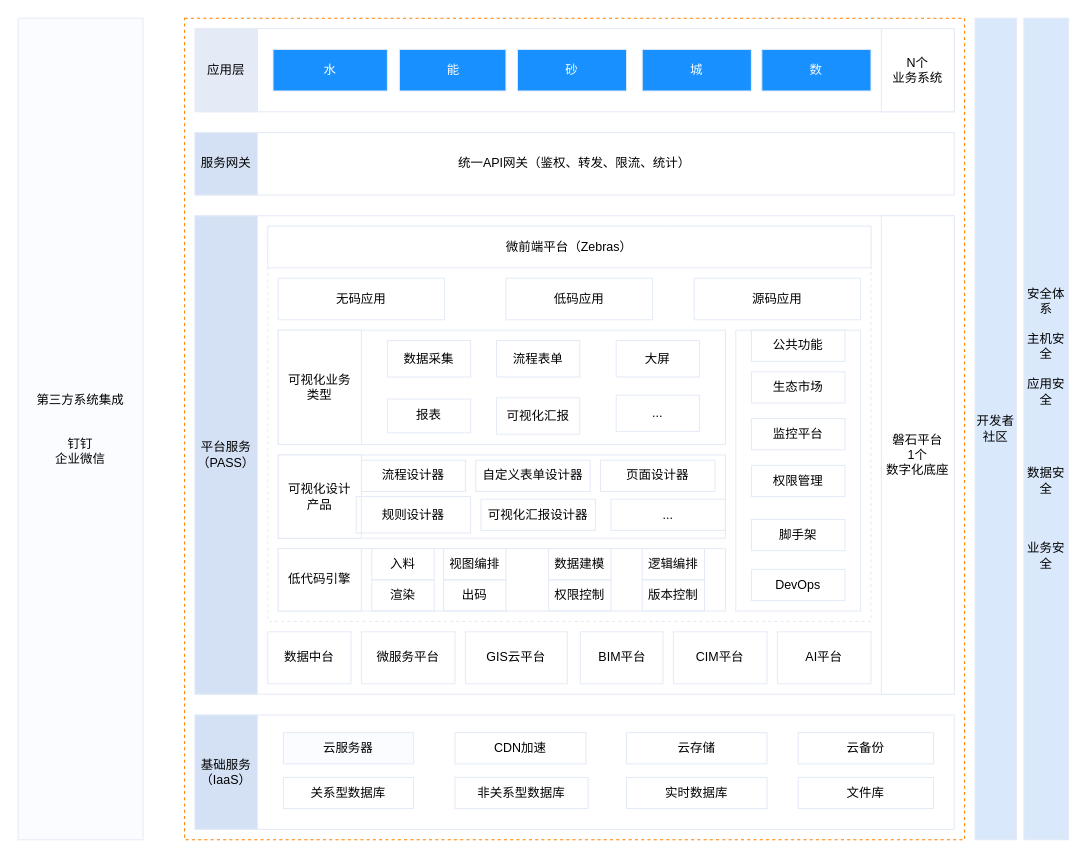
Above: 低代码——整体架构图.drawio in tangyaosimida/love (draw.io), before the change. Source tidied: cells renumbered, new cells numbered last; positions are measured from the earlier drawing's top-left corner, leaving out a move shared by most shapes. Both pictures are drawn from the tidied source at 104%, with x=0, y=0 at pixel (18, 18).
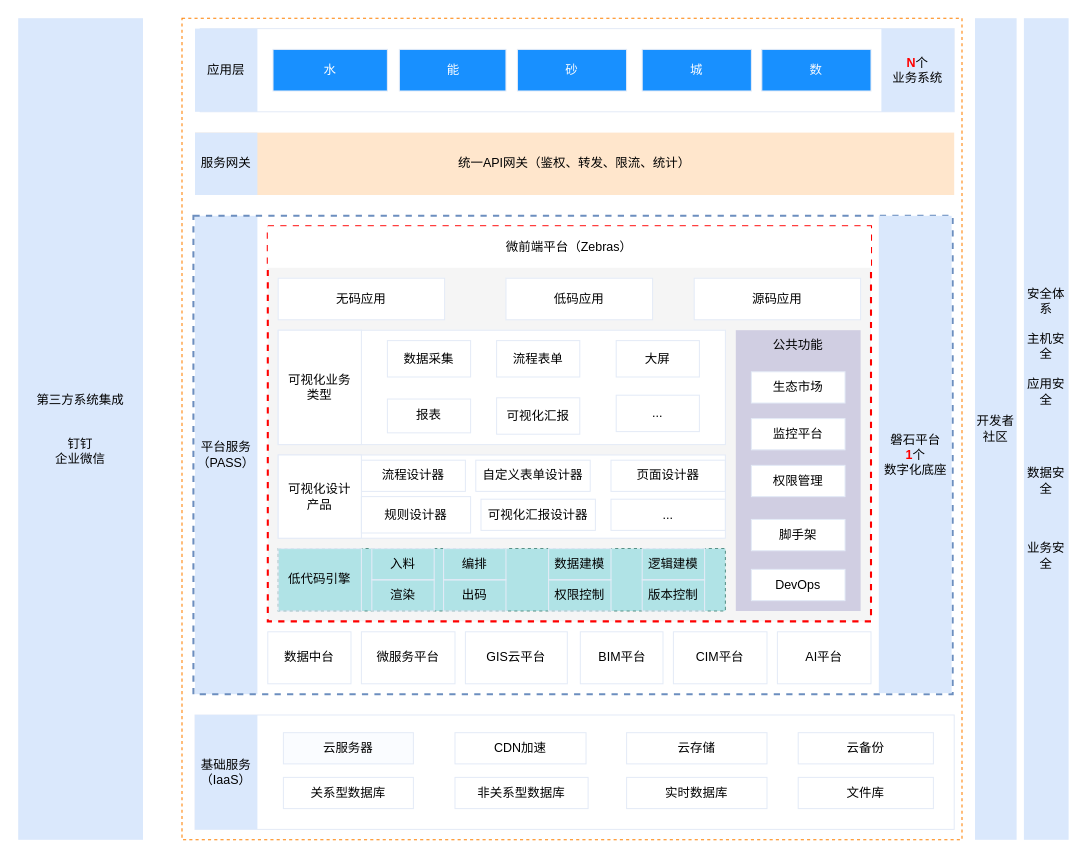
Above is the later version.

Commit message (it also covers changes not shown here):
更新低代码——整体架构图.drawio

Diff of the diagram source:
```diff
@@
+    <mxCell id="20" value="平台服务&lt;div&gt;（PASS）&lt;/div&gt;" style="rounded=0;whiteSpace=wrap;html=1;fillColor=#dae8fc;strokeColor=none;" parent="1" vertex="1">
+      <mxGeometry x="170" y="190" width="60" height="460" as="geometry" />
+    </mxCell>
     <mxCell id="2" style="rounded=0;whiteSpace=wrap;html=1;fillColor=none;dashed=1;strokeColor=#FF8000;" parent="1" vertex="1">
-      <mxGeometry x="160" width="750" height="790" as="geometry" />
+      <mxGeometry x="157.5" width="750" height="790" as="geometry" />
     </mxCell>
-    <mxCell id="3" value="第三方系统集成&lt;div&gt;&lt;br&gt;&lt;/div&gt;&lt;div&gt;&lt;br&gt;&lt;/div&gt;&lt;div&gt;钉钉&lt;/div&gt;&lt;div&gt;企业微信&lt;/div&gt;" style="rounded=0;whiteSpace=wrap;html=1;fillColor=#FAFCFF;strokeColor=#E4EBF7;" parent="1" vertex="1">
+    <mxCell id="3" value="第三方系统集成&lt;div&gt;&lt;br&gt;&lt;/div&gt;&lt;div&gt;&lt;br&gt;&lt;/div&gt;&lt;div&gt;钉钉&lt;/div&gt;&lt;div&gt;企业微信&lt;/div&gt;" style="rounded=0;whiteSpace=wrap;html=1;fillColor=#dae8fc;strokeColor=none;" parent="1" vertex="1">
       <mxGeometry width="120" height="790" as="geometry" />
     </mxCell>
@@
-    <mxCell id="6" value="开发者社区" style="rounded=0;whiteSpace=wrap;html=1;fillColor=#dae8fc;strokeColor=#E4EBF7;" parent="1" vertex="1">
+    <mxCell id="6" value="开发者社区" style="rounded=0;whiteSpace=wrap;html=1;fillColor=#dae8fc;strokeColor=none;" parent="1" vertex="1">
       <mxGeometry x="920" width="40" height="790" as="geometry" />
     </mxCell>
-    <mxCell id="7" value="安全体系&lt;div&gt;&lt;br&gt;&lt;/div&gt;&lt;div&gt;主机安全&lt;/div&gt;&lt;div&gt;&lt;br&gt;&lt;/div&gt;&lt;div&gt;应用安全&lt;/div&gt;&lt;div&gt;&lt;br&gt;&lt;/div&gt;&lt;div&gt;&lt;br&gt;&lt;/div&gt;&lt;div&gt;&lt;br&gt;&lt;/div&gt;&lt;div&gt;&lt;br&gt;&lt;/div&gt;&lt;div&gt;数据安全&lt;/div&gt;&lt;div&gt;&lt;br&gt;&lt;/div&gt;&lt;div&gt;&lt;br&gt;&lt;/div&gt;&lt;div&gt;&lt;br&gt;&lt;/div&gt;&lt;div&gt;业务安全&lt;/div&gt;" style="rounded=0;whiteSpace=wrap;html=1;fillColor=#dae8fc;strokeColor=#E4EBF7;" parent="1" vertex="1">
+    <mxCell id="7" value="安全体系&lt;div&gt;&lt;br&gt;&lt;/div&gt;&lt;div&gt;主机安全&lt;/div&gt;&lt;div&gt;&lt;br&gt;&lt;/div&gt;&lt;div&gt;应用安全&lt;/div&gt;&lt;div&gt;&lt;br&gt;&lt;/div&gt;&lt;div&gt;&lt;br&gt;&lt;/div&gt;&lt;div&gt;&lt;br&gt;&lt;/div&gt;&lt;div&gt;&lt;br&gt;&lt;/div&gt;&lt;div&gt;数据安全&lt;/div&gt;&lt;div&gt;&lt;br&gt;&lt;/div&gt;&lt;div&gt;&lt;br&gt;&lt;/div&gt;&lt;div&gt;&lt;br&gt;&lt;/div&gt;&lt;div&gt;业务安全&lt;/div&gt;" style="rounded=0;whiteSpace=wrap;html=1;fillColor=#dae8fc;strokeColor=none;" parent="1" vertex="1">
       <mxGeometry x="967" width="43" height="790" as="geometry" />
     </mxCell>
-    <mxCell id="8" value="基础服务&lt;div&gt;（IaaS）&lt;/div&gt;" style="rounded=0;whiteSpace=wrap;html=1;fillColor=#D4E1F5;strokeColor=#E4EBF7;" parent="1" vertex="1">
+    <mxCell id="8" value="基础服务&lt;div&gt;（IaaS）&lt;/div&gt;" style="rounded=0;whiteSpace=wrap;html=1;fillColor=#dae8fc;strokeColor=none;" parent="1" vertex="1">
       <mxGeometry x="170" y="670" width="60" height="110" as="geometry" />
     </mxCell>
@@
-    <mxCell id="17" value="&lt;div&gt;应用层&lt;/div&gt;" style="rounded=0;whiteSpace=wrap;html=1;fillColor=#E4EBF7;strokeColor=#E4EBF7;" parent="1" vertex="1">
+    <mxCell id="17" value="&lt;div&gt;应用层&lt;/div&gt;" style="rounded=0;whiteSpace=wrap;html=1;fillColor=#dae8fc;strokeColor=none;" parent="1" vertex="1">
       <mxGeometry x="170" y="10" width="60" height="80" as="geometry" />
     </mxCell>
-    <mxCell id="18" style="rounded=0;whiteSpace=wrap;html=1;strokeColor=#E4EBF7;" parent="1" vertex="1">
-      <mxGeometry x="170" y="190" width="730" height="460" as="geometry" />
+    <mxCell id="18" style="rounded=0;whiteSpace=wrap;html=1;strokeColor=#6c8ebf;fillColor=none;dashed=1;strokeWidth=2;" parent="1" vertex="1">
+      <mxGeometry x="168.5" y="190" width="730" height="460" as="geometry" />
     </mxCell>
-    <mxCell id="19" value="磐石平台&lt;div&gt;1个&lt;/div&gt;&lt;div&gt;数字化底座&lt;/div&gt;" style="rounded=0;whiteSpace=wrap;html=1;strokeColor=#E4EBF7;" parent="1" vertex="1">
-      <mxGeometry x="830" y="190" width="70" height="460" as="geometry" />
-    </mxCell>
-    <mxCell id="20" value="平台服务&lt;div&gt;（PASS）&lt;/div&gt;" style="rounded=0;whiteSpace=wrap;html=1;fillColor=#D4E1F5;strokeColor=#E4EBF7;" parent="1" vertex="1">
-      <mxGeometry x="170" y="190" width="60" height="460" as="geometry" />
-    </mxCell>
-    <mxCell id="21" value="统一API网关（鉴权、转发、限流、统计）" style="rounded=0;whiteSpace=wrap;html=1;strokeColor=#E4EBF7;" parent="1" vertex="1">
+    <mxCell id="21" value="统一API网关（鉴权、转发、限流、统计）" style="rounded=0;whiteSpace=wrap;html=1;strokeColor=none;fillColor=#ffe6cc;" parent="1" vertex="1">
       <mxGeometry x="170" y="110" width="730" height="60" as="geometry" />
     </mxCell>
-    <mxCell id="22" value="&lt;div&gt;服务网关&lt;/div&gt;" style="rounded=0;whiteSpace=wrap;html=1;fillColor=#D4E1F5;strokeColor=#E4EBF7;" parent="1" vertex="1">
+    <mxCell id="22" value="&lt;div&gt;服务网关&lt;/div&gt;" style="rounded=0;whiteSpace=wrap;html=1;fillColor=#dae8fc;strokeColor=none;" parent="1" vertex="1">
       <mxGeometry x="170" y="110" width="60" height="60" as="geometry" />
     </mxCell>
@@
-    <mxCell id="24" value="&lt;div&gt;N个&lt;/div&gt;&lt;div&gt;业务系统&lt;/div&gt;" style="rounded=0;whiteSpace=wrap;html=1;strokeColor=#E4EBF7;" parent="1" vertex="1">
+    <mxCell id="24" value="&lt;div&gt;&lt;font color=&quot;#ff0000&quot;&gt;&lt;b&gt;N&lt;/b&gt;&lt;/font&gt;个&lt;/div&gt;&lt;div&gt;业务系统&lt;/div&gt;" style="rounded=0;whiteSpace=wrap;html=1;strokeColor=none;fillColor=#dae8fc;" parent="1" vertex="1">
       <mxGeometry x="830" y="10" width="70" height="80" as="geometry" />
     </mxCell>
@@
-    <mxCell id="27" style="rounded=0;whiteSpace=wrap;html=1;fillColor=none;dashed=1;strokeColor=#E4EBF7;" parent="1" vertex="1">
+    <mxCell id="27" style="rounded=0;whiteSpace=wrap;html=1;fillColor=#f5f5f5;dashed=1;strokeColor=#FF0000;strokeWidth=2;fontColor=#333333;" parent="1" vertex="1">
       <mxGeometry x="240" y="200" width="580" height="380" as="geometry" />
     </mxCell>
-    <mxCell id="28" value="微前端平台（Zebras）" style="rounded=0;whiteSpace=wrap;html=1;strokeColor=#E4EBF7;" parent="1" vertex="1">
+    <mxCell id="28" value="微前端平台（Zebras）" style="rounded=0;whiteSpace=wrap;html=1;strokeColor=none;" parent="1" vertex="1">
       <mxGeometry x="240" y="200" width="580" height="40" as="geometry" />
     </mxCell>
-    <mxCell id="29" value="&lt;div&gt;&lt;br&gt;&lt;/div&gt;" style="rounded=0;whiteSpace=wrap;html=1;strokeColor=#E4EBF7;" parent="1" vertex="1">
+    <mxCell id="29" value="&lt;div&gt;&lt;br&gt;&lt;/div&gt;" style="rounded=0;whiteSpace=wrap;html=1;strokeColor=none;fillColor=#d0cee2;" parent="1" vertex="1">
       <mxGeometry x="690" y="300" width="120" height="270" as="geometry" />
     </mxCell>
@@
-    <mxCell id="35" value="公共功能" style="text;html=1;align=center;verticalAlign=middle;whiteSpace=wrap;rounded=0;strokeColor=#E4EBF7;" parent="1" vertex="1">
+    <mxCell id="35" value="公共功能" style="text;html=1;align=center;verticalAlign=middle;whiteSpace=wrap;rounded=0;strokeColor=none;" parent="1" vertex="1">
       <mxGeometry x="705" y="300" width="90" height="30" as="geometry" />
     </mxCell>
-    <mxCell id="36" style="rounded=0;whiteSpace=wrap;html=1;strokeColor=#E4EBF7;" parent="1" vertex="1">
+    <mxCell id="36" style="rounded=0;whiteSpace=wrap;html=1;strokeColor=#589187;fillColor=#b0e3e6;dashed=1;" parent="1" vertex="1">
       <mxGeometry x="250" y="510" width="430" height="60" as="geometry" />
     </mxCell>
@@
     <mxCell id="39" value="页面设计器" style="text;html=1;align=center;verticalAlign=middle;whiteSpace=wrap;rounded=0;strokeColor=#E4EBF7;" parent="1" vertex="1">
-      <mxGeometry x="560" y="425" width="110" height="30" as="geometry" />
+      <mxGeometry x="570" y="425" width="110" height="30" as="geometry" />
     </mxCell>
@@
-    <mxCell id="44" value="低代码引擎" style="rounded=0;whiteSpace=wrap;html=1;strokeColor=#E4EBF7;" parent="1" vertex="1">
+    <mxCell id="44" value="低代码引擎" style="rounded=0;whiteSpace=wrap;html=1;strokeColor=#E4EBF7;fillColor=none;" parent="1" vertex="1">
       <mxGeometry x="250" y="510" width="80" height="60" as="geometry" />
     </mxCell>
@@
-    <mxCell id="47" value="视图编排" style="text;html=1;align=center;verticalAlign=middle;whiteSpace=wrap;rounded=0;strokeColor=#E4EBF7;" parent="1" vertex="1">
+    <mxCell id="47" value="编排" style="text;html=1;align=center;verticalAlign=middle;whiteSpace=wrap;rounded=0;strokeColor=#E4EBF7;" parent="1" vertex="1">
       <mxGeometry x="409" y="510" width="60" height="30" as="geometry" />
     </mxCell>
@@
-    <mxCell id="51" value="逻辑编排" style="text;html=1;align=center;verticalAlign=middle;whiteSpace=wrap;rounded=0;strokeColor=#E4EBF7;" parent="1" vertex="1">
+    <mxCell id="51" value="逻辑建模" style="text;html=1;align=center;verticalAlign=middle;whiteSpace=wrap;rounded=0;strokeColor=#E4EBF7;" parent="1" vertex="1">
       <mxGeometry x="600" y="510" width="60" height="30" as="geometry" />
     </mxCell>
@@
     <mxCell id="68" value="规则设计器" style="text;html=1;align=center;verticalAlign=middle;whiteSpace=wrap;rounded=0;strokeColor=#E4EBF7;" parent="1" vertex="1">
-      <mxGeometry x="325" y="460" width="110" height="35" as="geometry" />
+      <mxGeometry x="330" y="460" width="105" height="35" as="geometry" />
     </mxCell>
@@
+    <mxCell id="19" value="磐石平台&lt;div&gt;&lt;font color=&quot;#ff0000&quot;&gt;&lt;b&gt;1&lt;/b&gt;&lt;/font&gt;个&lt;/div&gt;&lt;div&gt;数字化底座&lt;/div&gt;" style="rounded=0;whiteSpace=wrap;html=1;strokeColor=none;fillColor=#dae8fc;" parent="1" vertex="1">
+      <mxGeometry x="827.5" y="190" width="70" height="459" as="geometry" />
+    </mxCell>
```
